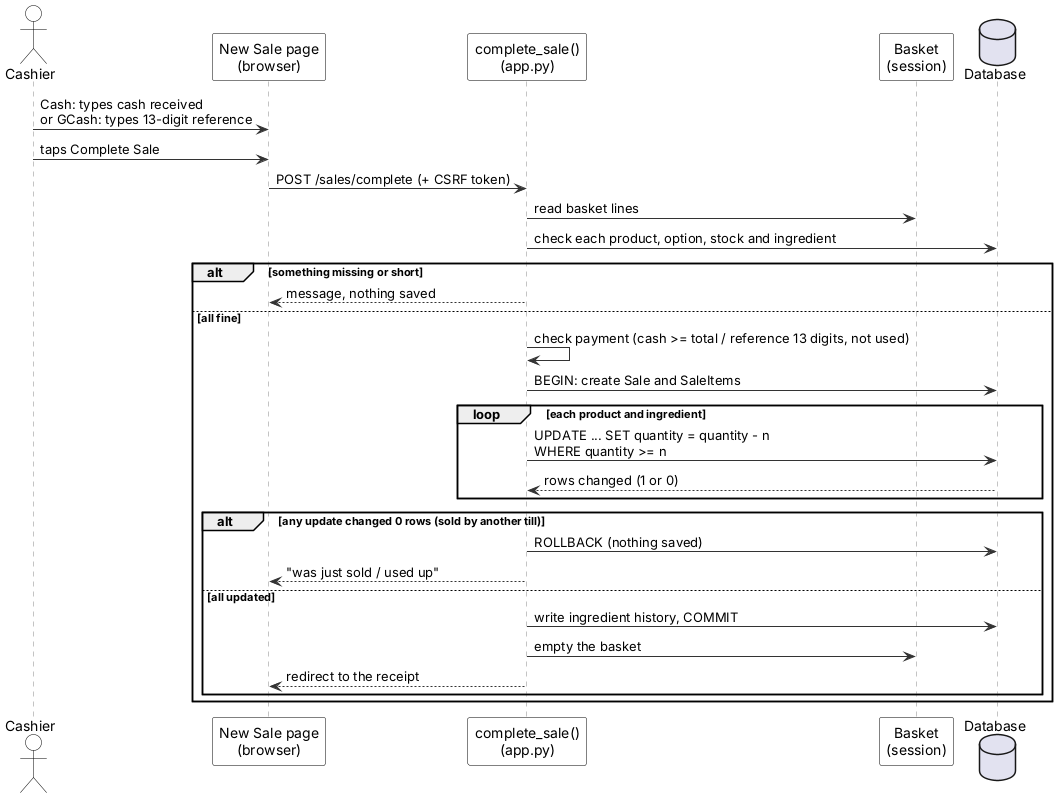
Above: diagrams/uml/17_seq_complete_sale.png in JmlAsync/inventory-pos-system (PlantUML), before the change.
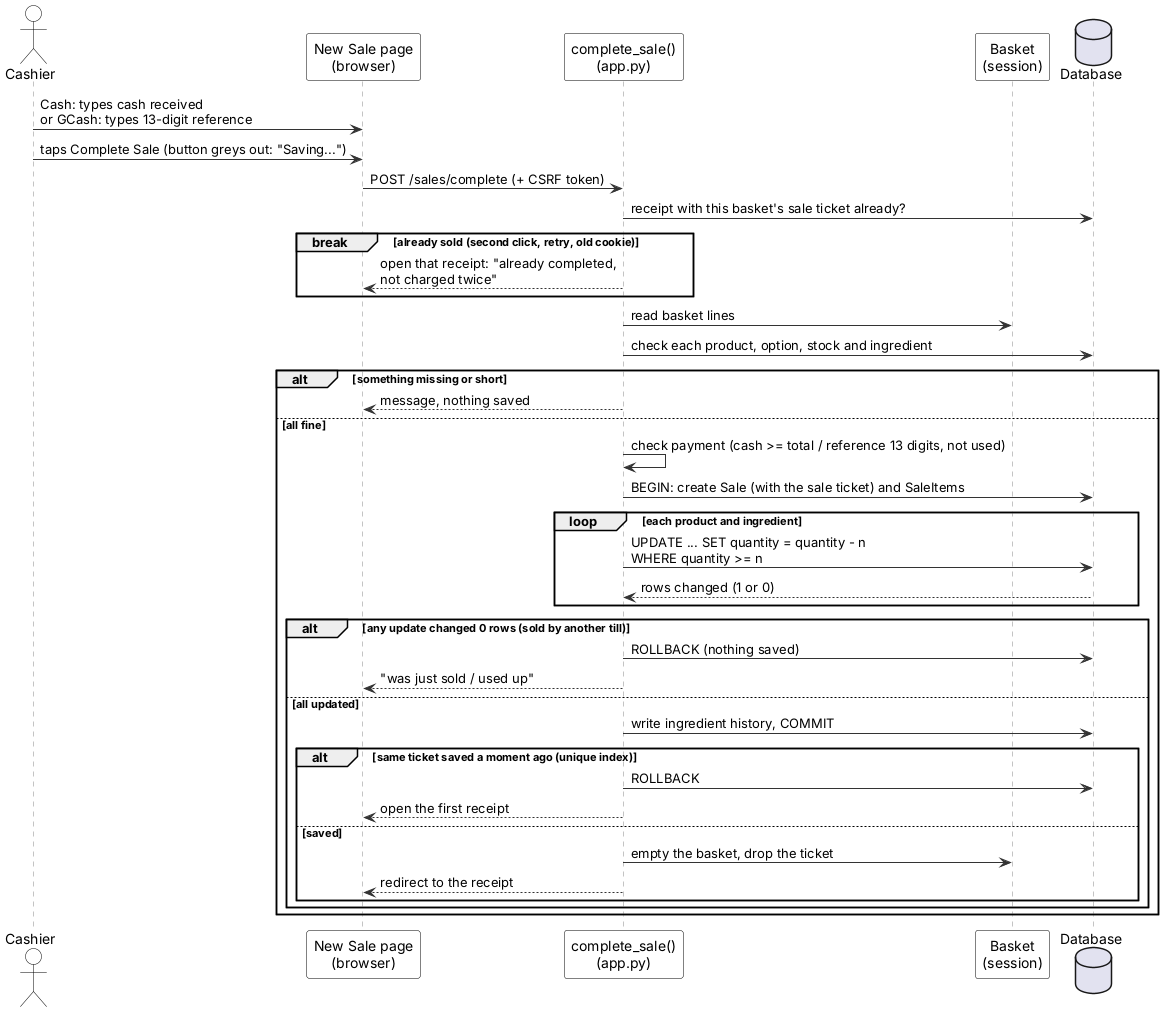
The same file after the commit.

Change to the diagram source:
```diff
@@ -43,15 +43,19 @@
 participant "Basket\n(session)" as S
 database "Database" as DB
 Cashier -> UI : Cash: types cash received\nor GCash: types 13-digit reference
-Cashier -> UI : taps Complete Sale
+Cashier -> UI : taps Complete Sale (button greys out: "Saving...")
 UI -> C : POST /sales/complete (+ CSRF token)
+C -> DB : receipt with this basket's sale ticket already?
+break already sold (second click, retry, old cookie)
+  C --> UI : open that receipt: "already completed,\nnot charged twice"
+end
 C -> S : read basket lines
 C -> DB : check each product, option, stock and ingredient
 alt something missing or short
   C --> UI : message, nothing saved
 else all fine
   C -> C : check payment (cash >= total / reference 13 digits, not used)
-  C -> DB : BEGIN: create Sale and SaleItems
+  C -> DB : BEGIN: create Sale (with the sale ticket) and SaleItems
   loop each product and ingredient
     C -> DB : UPDATE ... SET quantity = quantity - n\nWHERE quantity >= n
     DB --> C : rows changed (1 or 0)
@@ -61,8 +65,13 @@
     C --> UI : "was just sold / used up"
   else all updated
     C -> DB : write ingredient history, COMMIT
-    C -> S : empty the basket
-    C --> UI : redirect to the receipt
+    alt same ticket saved a moment ago (unique index)
+      C -> DB : ROLLBACK
+      C --> UI : open the first receipt
+    else saved
+      C -> S : empty the basket, drop the ticket
+      C --> UI : redirect to the receipt
+    end
   end
 end
 @enduml
```
